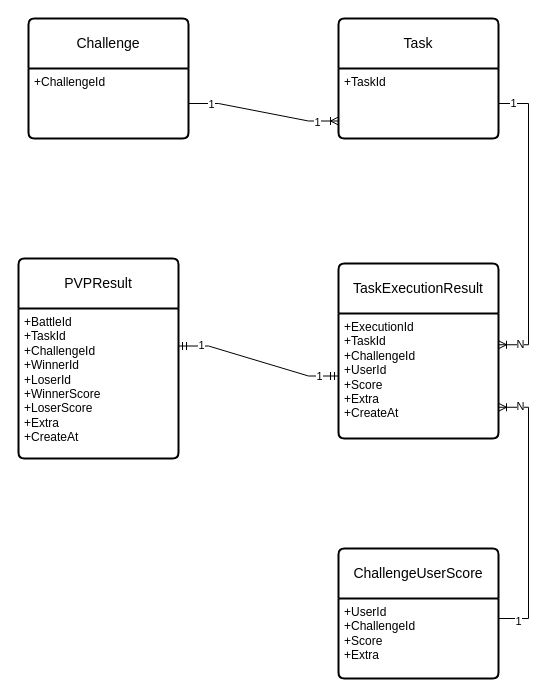
Before: page "ER Diagram" (1 of 4) of PVP OOTD.drawio in yaohuiwu/SimpleFS, a draw.io diagram. Source tidied: cells renumbered, new cells numbered last; positions are measured from the earlier drawing's top-left corner, leaving out a move shared by most shapes. Both pictures are drawn from the tidied source at 100%, with x=0, y=0 at pixel (18, 18).
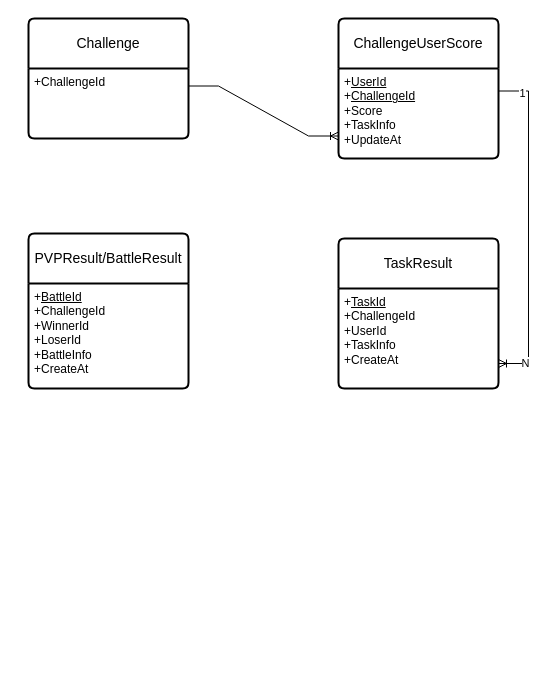
The same page after the edit.

Unchanged cells that the change refers to:
```xml
<mxCell id="3" value="+ChallengeId" style="align=left;strokeColor=none;fillColor=none;spacingLeft=4;fontSize=12;verticalAlign=top;html=1;" parent="2" vertex="1">
  <mxGeometry y="50" width="160" height="70" as="geometry" />
</mxCell>
```

The edit, as a diff of the source:
```diff
@@
     <mxCell id="4" value="ChallengeUserScore" style="swimlane;horizontal=1;startSize=50;rounded=1;fontSize=14;fontStyle=0;strokeWidth=2;shadow=0;dashed=0;align=center;arcSize=4;whiteSpace=wrap;html=1;" parent="1" vertex="1">
-      <mxGeometry x="320" y="530" width="160" height="130" as="geometry" />
+      <mxGeometry x="320" width="160" height="140" as="geometry" />
     </mxCell>
-    <mxCell id="5" value="+UserId&lt;br&gt;+ChallengeId&lt;br&gt;+Score&lt;br&gt;+Extra" style="align=left;strokeColor=none;fillColor=none;spacingLeft=4;fontSize=12;verticalAlign=top;html=1;" parent="4" vertex="1">
-      <mxGeometry y="50" width="160" height="80" as="geometry" />
+    <mxCell id="5" value="+&lt;u&gt;UserId&lt;/u&gt;&lt;br&gt;+&lt;u&gt;ChallengeId&lt;/u&gt;&lt;br&gt;+Score&lt;br&gt;+TaskInfo&lt;br&gt;+UpdateAt" style="align=left;strokeColor=none;fillColor=none;spacingLeft=4;fontSize=12;verticalAlign=top;html=1;" parent="4" vertex="1">
+      <mxGeometry y="50" width="160" height="90" as="geometry" />
     </mxCell>
-    <mxCell id="6" value="TaskExecutionResult" style="swimlane;horizontal=1;startSize=50;rounded=1;fontSize=14;fontStyle=0;strokeWidth=2;shadow=0;dashed=0;align=center;arcSize=4;whiteSpace=wrap;html=1;" parent="1" vertex="1">
-      <mxGeometry x="320" y="245" width="160" height="175" as="geometry" />
+    <mxCell id="6" value="TaskResult" style="swimlane;horizontal=1;startSize=50;rounded=1;fontSize=14;fontStyle=0;strokeWidth=2;shadow=0;dashed=0;align=center;arcSize=4;whiteSpace=wrap;html=1;" parent="1" vertex="1">
+      <mxGeometry x="320" y="220" width="160" height="150" as="geometry" />
     </mxCell>
-    <mxCell id="7" value="+ExecutionId&lt;br&gt;+TaskId&lt;br&gt;+ChallengeId&lt;br&gt;+UserId&lt;br&gt;+Score&lt;br&gt;+Extra&lt;br&gt;+CreateAt" style="align=left;strokeColor=none;fillColor=none;spacingLeft=4;fontSize=12;verticalAlign=top;html=1;" parent="6" vertex="1">
-      <mxGeometry y="50" width="160" height="125" as="geometry" />
+    <mxCell id="7" value="+&lt;u&gt;TaskId&lt;/u&gt;&lt;br&gt;+ChallengeId&lt;br&gt;+UserId&lt;br&gt;+TaskInfo&lt;br&gt;+CreateAt" style="align=left;strokeColor=none;fillColor=none;spacingLeft=4;fontSize=12;verticalAlign=top;html=1;" parent="6" vertex="1">
+      <mxGeometry y="50" width="160" height="100" as="geometry" />
     </mxCell>
-    <mxCell id="8" value="PVPResult" style="swimlane;horizontal=1;startSize=50;rounded=1;fontSize=14;fontStyle=0;strokeWidth=2;shadow=0;dashed=0;align=center;arcSize=4;whiteSpace=wrap;html=1;" parent="1" vertex="1">
-      <mxGeometry y="240" width="160" height="200" as="geometry" />
+    <mxCell id="8" value="PVPResult/BattleResult" style="swimlane;horizontal=1;startSize=50;rounded=1;fontSize=14;fontStyle=0;strokeWidth=2;shadow=0;dashed=0;align=center;arcSize=4;whiteSpace=wrap;html=1;" parent="1" vertex="1">
+      <mxGeometry x="10" y="215" width="160" height="155" as="geometry" />
     </mxCell>
-    <mxCell id="9" value="+BattleId&lt;br&gt;+TaskId&lt;br&gt;+ChallengeId&lt;br&gt;+WinnerId&lt;br&gt;+LoserId&lt;br&gt;+WinnerScore&lt;br&gt;+LoserScore&lt;br&gt;+Extra&lt;br&gt;+CreateAt" style="align=left;strokeColor=none;fillColor=none;spacingLeft=4;fontSize=12;verticalAlign=top;html=1;" parent="8" vertex="1">
-      <mxGeometry y="50" width="160" height="150" as="geometry" />
+    <mxCell id="9" value="+&lt;u&gt;BattleId&lt;/u&gt;&lt;br&gt;+ChallengeId&lt;br&gt;+WinnerId&lt;br&gt;+LoserId&lt;br&gt;+BattleInfo&lt;br&gt;+CreateAt" style="align=left;strokeColor=none;fillColor=none;spacingLeft=4;fontSize=12;verticalAlign=top;html=1;" parent="8" vertex="1">
+      <mxGeometry y="50" width="160" height="105" as="geometry" />
     </mxCell>
-    <mxCell id="10" value="Task" style="swimlane;horizontal=1;startSize=50;rounded=1;fontSize=14;fontStyle=0;strokeWidth=2;shadow=0;dashed=0;align=center;arcSize=4;whiteSpace=wrap;html=1;" parent="1" vertex="1">
-      <mxGeometry x="320" width="160" height="120" as="geometry" />
-    </mxCell>
-    <mxCell id="11" value="+TaskId" style="align=left;strokeColor=none;fillColor=none;spacingLeft=4;fontSize=12;verticalAlign=top;html=1;" parent="10" vertex="1">
-      <mxGeometry y="50" width="160" height="70" as="geometry" />
-    </mxCell>
-    <mxCell id="12" style="edgeStyle=entityRelationEdgeStyle;fontSize=12;html=1;endArrow=ERoneToMany;rounded=0;exitX=1;exitY=0.5;exitDx=0;exitDy=0;entryX=1;entryY=0.25;entryDx=0;entryDy=0;" parent="1" edge="1" source="11" target="7">
-      <mxGeometry relative="1" as="geometry">
-        <Array as="points">
-          <mxPoint x="520" y="230" />
-        </Array>
-      </mxGeometry>
-    </mxCell>
-    <mxCell id="13" value="1" style="edgeLabel;html=1;align=center;verticalAlign=middle;" parent="12" vertex="1">
-      <mxGeometry x="-0.91" y="1" relative="1" as="geometry" />
-    </mxCell>
-    <mxCell id="14" value="N" style="edgeLabel;html=1;align=center;verticalAlign=middle;" parent="12" vertex="1">
-      <mxGeometry x="0.86" y="-1" relative="1" as="geometry" />
-    </mxCell>
-    <mxCell id="15" style="edgeStyle=entityRelationEdgeStyle;fontSize=12;html=1;endArrow=ERoneToMany;rounded=0;exitX=1;exitY=0.5;exitDx=0;exitDy=0;entryX=0;entryY=0.75;entryDx=0;entryDy=0;" parent="1" edge="1" source="3" target="11">
-      <mxGeometry relative="1" as="geometry" />
-    </mxCell>
-    <mxCell id="16" value="1" style="edgeLabel;html=1;align=center;verticalAlign=middle;" parent="15" vertex="1">
-      <mxGeometry x="-0.71" relative="1" as="geometry" />
-    </mxCell>
-    <mxCell id="17" value="1" style="edgeLabel;html=1;align=center;verticalAlign=middle;" parent="15" vertex="1">
-      <mxGeometry x="0.72" relative="1" as="geometry">
-        <mxPoint y="1" as="offset" />
-      </mxGeometry>
-    </mxCell>
-    <mxCell id="18" style="edgeStyle=entityRelationEdgeStyle;fontSize=12;html=1;endArrow=ERmandOne;startArrow=ERmandOne;rounded=0;entryX=0;entryY=0.5;entryDx=0;entryDy=0;exitX=1;exitY=0.25;exitDx=0;exitDy=0;" parent="1" edge="1" source="9" target="7">
-      <mxGeometry relative="1" as="geometry" />
-    </mxCell>
-    <mxCell id="19" value="1" style="edgeLabel;html=1;align=center;verticalAlign=middle;" parent="18" vertex="1">
-      <mxGeometry x="-0.73" y="2" relative="1" as="geometry">
-        <mxPoint y="1" as="offset" />
-      </mxGeometry>
-    </mxCell>
-    <mxCell id="20" value="1" style="edgeLabel;html=1;align=center;verticalAlign=middle;" parent="18" vertex="1">
-      <mxGeometry x="0.77" y="1" relative="1" as="geometry">
-        <mxPoint y="1" as="offset" />
-      </mxGeometry>
-    </mxCell>
     <mxCell id="21" style="edgeStyle=entityRelationEdgeStyle;fontSize=12;html=1;endArrow=ERoneToMany;rounded=0;entryX=1;entryY=0.75;entryDx=0;entryDy=0;exitX=1;exitY=0.25;exitDx=0;exitDy=0;" parent="1" edge="1" source="5" target="7">
-      <mxGeometry relative="1" as="geometry" />
+      <mxGeometry relative="1" as="geometry">
+        <Array as="points">
+          <mxPoint x="580" y="310" />
+          <mxPoint x="530" y="140" />
+          <mxPoint x="570" y="160" />
+          <mxPoint x="610" y="120" />
+          <mxPoint x="580" y="120" />
+          <mxPoint x="610" y="250" />
+          <mxPoint x="580" y="310" />
+        </Array>
+      </mxGeometry>
     </mxCell>
@@
+    <mxCell id="24" style="edgeStyle=entityRelationEdgeStyle;fontSize=12;html=1;endArrow=ERoneToMany;rounded=0;exitX=1;exitY=0.25;exitDx=0;exitDy=0;entryX=0;entryY=0.75;entryDx=0;entryDy=0;" parent="1" edge="1" source="3" target="5">
+      <mxGeometry relative="1" as="geometry" />
+    </mxCell>
```
